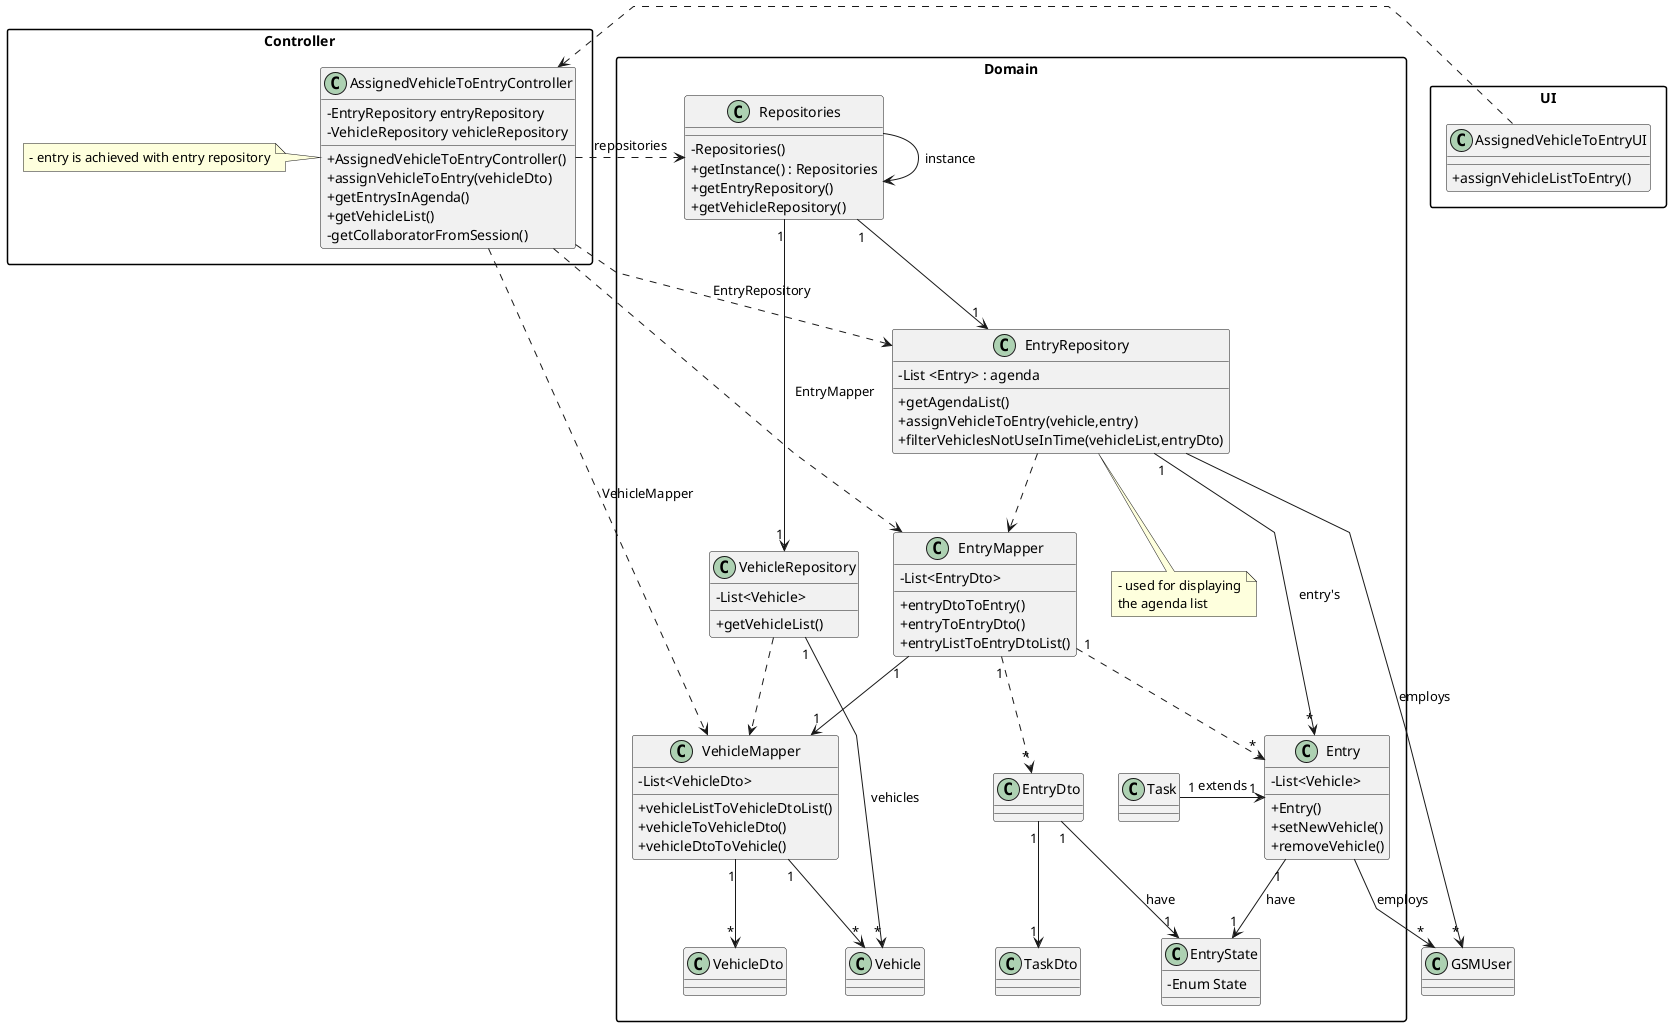
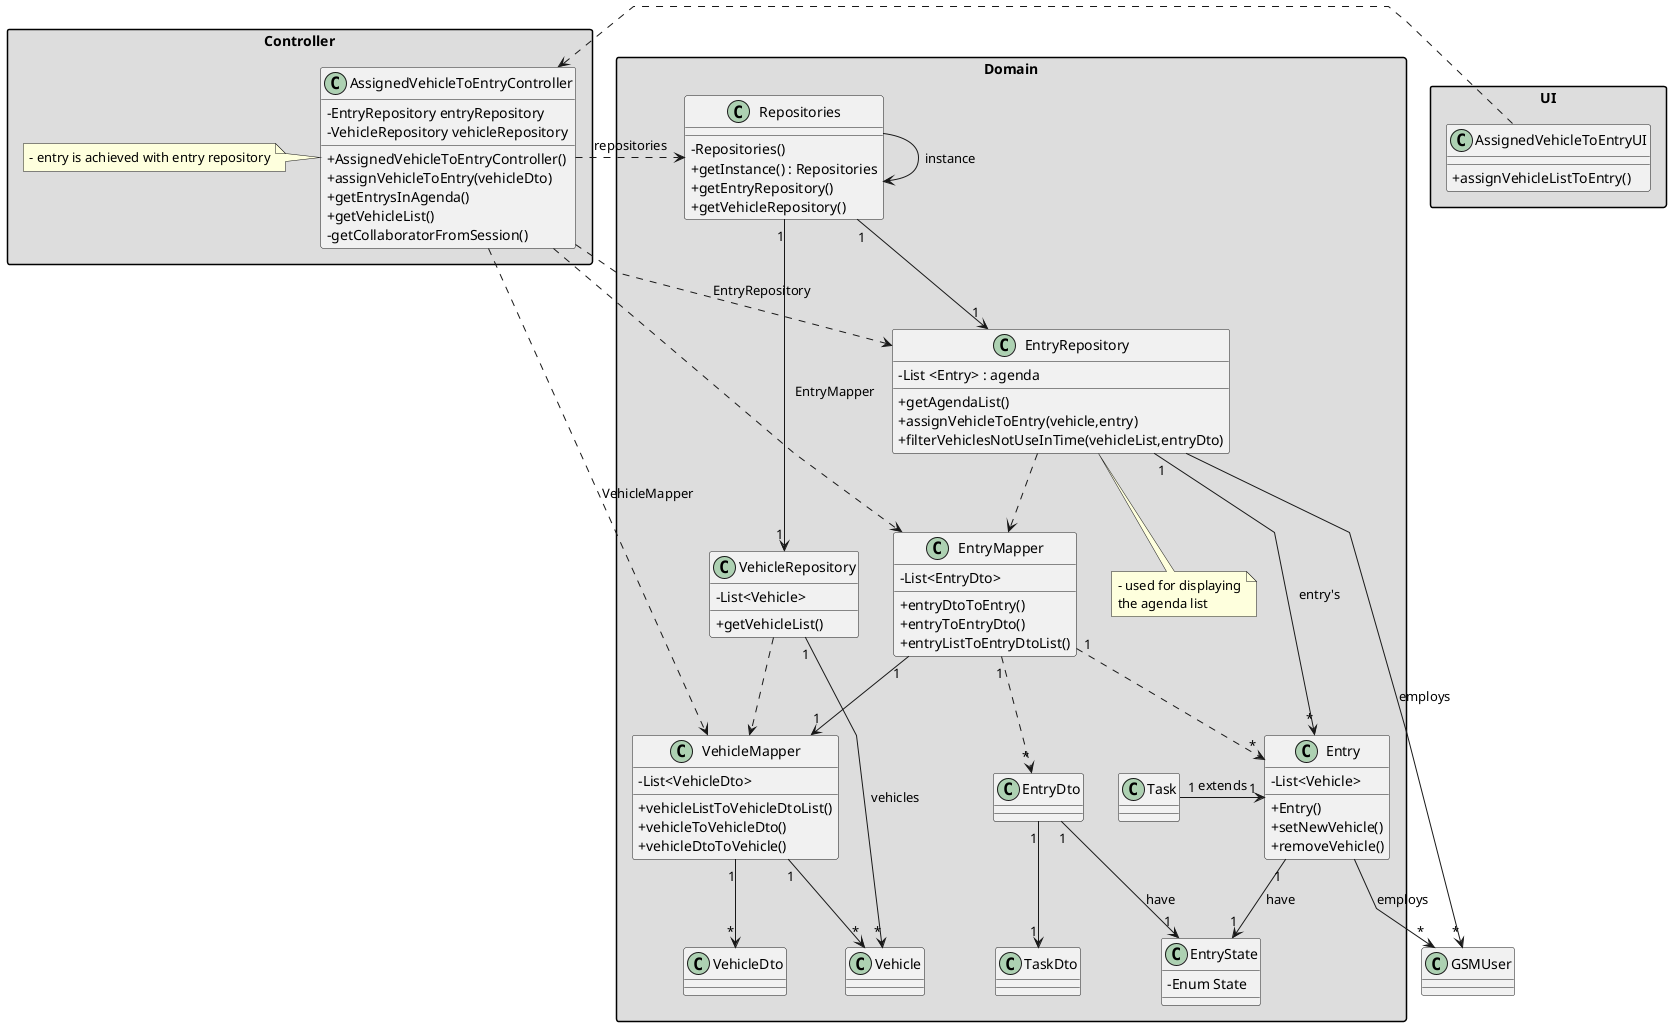
@startuml
'skinparam monochrome true
skinparam packageStyle rectangle
skinparam shadowing false
skinparam linetype polyline
'skinparam linetype orto

skinparam classAttributeIconSize 0

'left to right direction

- package "Domain" {
+ package "Domain" #DDDDDD{
class Entry {
    - List<Vehicle>
    + Entry()
    + setNewVehicle()
    + removeVehicle()
}

class EntryState{
    -Enum State
}

class TaskDto{
}
class EntryRepository {
    - List <Entry> : agenda

    + getAgendaList()
    + assignVehicleToEntry(vehicle,entry)
    + filterVehiclesNotUseInTime(vehicleList,entryDto)
}


note bottom of EntryRepository
    - used for displaying
    the agenda list
end note

class VehicleRepository{
    - List<Vehicle>

    + getVehicleList()
}

class Vehicle {
}


class Repositories {
    - Repositories()
    + getInstance() : Repositories
    + getEntryRepository()
    + getVehicleRepository()
}

class EntryMapper{
    - List<EntryDto>
    + entryDtoToEntry()
    + entryToEntryDto()
    + entryListToEntryDtoList()
}

class Task{
}

class EntryDto{
}

class VehicleMapper{
    - List<VehicleDto>
    + vehicleListToVehicleDtoList()
    + vehicleToVehicleDto()
    + vehicleDtoToVehicle()
}

class VehicleDto{
}

}



class GSMUser {
}


- package "Controller"{
+ package "Controller" #DDDDDD{

class AssignedVehicleToEntryController {
    - EntryRepository entryRepository
    - VehicleRepository vehicleRepository
    + AssignedVehicleToEntryController()
    + assignVehicleToEntry(vehicleDto)
    + getEntrysInAgenda()
    + getVehicleList()
    - getCollaboratorFromSession()
}

note left of AssignedVehicleToEntryController
    - entry is achieved with entry repository
end note


}



- package "UI"{
+ package "UI" #DDDDDD{

class AssignedVehicleToEntryUI {
    + assignVehicleListToEntry()
}

}
Repositories -> Repositories : instance


AssignedVehicleToEntryUI .> AssignedVehicleToEntryController

AssignedVehicleToEntryController .> Repositories : repositories
Repositories "1" --> "1" EntryRepository
Repositories "1" --> "1" VehicleRepository

AssignedVehicleToEntryController ..> EntryRepository : EntryRepository
AssignedVehicleToEntryController ..> EntryMapper : EntryMapper
AssignedVehicleToEntryController ..> VehicleMapper : VehicleMapper

EntryMapper "1" ..> "*" EntryDto
EntryMapper "1" ..> "*" Entry

VehicleRepository "1" --> "*" Vehicle : vehicles
VehicleMapper "1" --> "*" Vehicle
EntryMapper "1" --> "1" VehicleMapper
EntryRepository "1" --> "*" Entry : entry's
EntryRepository --> "*" GSMUser : employs
EntryRepository ..> EntryMapper
VehicleRepository ..> VehicleMapper

VehicleMapper "1" --> "*" VehicleDto

Entry --> "*" GSMUser : employs
Task "1" -> "1" Entry : extends

Entry "1" --> "1" EntryState : have
EntryDto "1" --> "1" EntryState : have
EntryDto "1" --> "1" TaskDto

@enduml